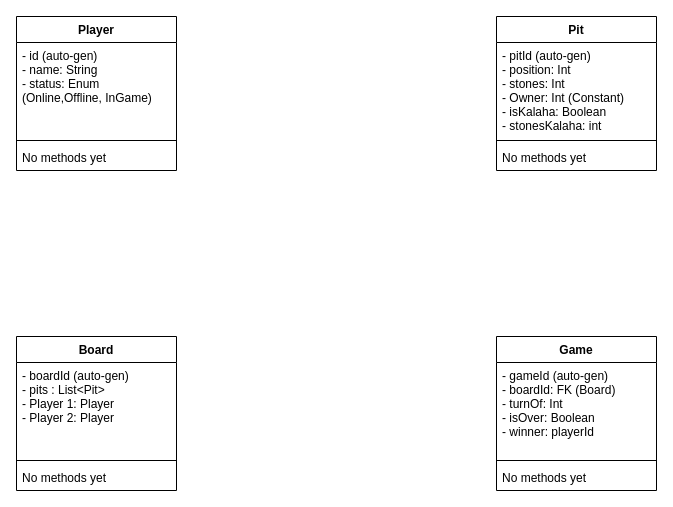
The draw.io diagram design.drawio in dmichail/testbol, before the edit. Source tidied: cells renumbered, new cells numbered last; positions are measured from the earlier drawing's top-left corner, leaving out a move shared by most shapes. Both pictures are drawn from the tidied source at 100%, with x=0, y=0 at pixel (16, 16).
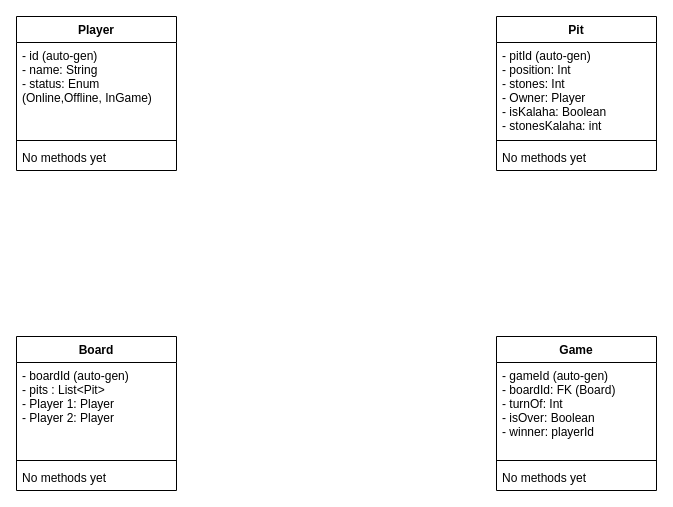
After the change.

The edit, as a diff of the source:
```diff
@@
 <mxGraphModel>
   <root>
     <mxCell id="0" />
     <mxCell id="1" parent="0" />
     <mxCell id="2" value="Player" style="swimlane;fontStyle=1;align=center;verticalAlign=top;horizontal=1;startSize=26;" parent="1" vertex="1">
       <mxGeometry width="160" height="154" as="geometry" />
     </mxCell>
     <mxCell id="3" value="- id (auto-gen)&#10;- name: String&#10;- status: Enum &#10;(Online,Offline, InGame)" style="text;strokeColor=none;fillColor=none;align=left;verticalAlign=top;spacingLeft=4;spacingRight=4;overflow=hidden;" parent="2" vertex="1">
       <mxGeometry y="26" width="160" height="94" as="geometry" />
     </mxCell>
     <mxCell id="4" style="line;strokeWidth=1;fillColor=none;align=left;verticalAlign=middle;spacingTop=-1;spacingLeft=3;spacingRight=3;labelPosition=right;" parent="2" vertex="1">
       <mxGeometry y="120" width="160" height="8" as="geometry" />
     </mxCell>
     <mxCell id="5" value="No methods yet" style="text;strokeColor=none;fillColor=none;align=left;verticalAlign=top;spacingLeft=4;spacingRight=4;overflow=hidden;" parent="2" vertex="1">
       <mxGeometry y="128" width="160" height="26" as="geometry" />
     </mxCell>
     <mxCell id="6" value="Board" style="swimlane;fontStyle=1;align=center;verticalAlign=top;horizontal=1;startSize=26;" parent="1" vertex="1">
       <mxGeometry y="320" width="160" height="154" as="geometry" />
     </mxCell>
     <mxCell id="7" value="- boardId (auto-gen)&#10;- pits : List&lt;Pit&gt;&#10;- Player 1: Player&#10;- Player 2: Player" style="text;strokeColor=none;fillColor=none;align=left;verticalAlign=top;spacingLeft=4;spacingRight=4;overflow=hidden;" parent="6" vertex="1">
       <mxGeometry y="26" width="160" height="94" as="geometry" />
     </mxCell>
     <mxCell id="8" style="line;strokeWidth=1;fillColor=none;align=left;verticalAlign=middle;spacingTop=-1;spacingLeft=3;spacingRight=3;labelPosition=right;" parent="6" vertex="1">
       <mxGeometry y="120" width="160" height="8" as="geometry" />
     </mxCell>
     <mxCell id="9" value="No methods yet" style="text;strokeColor=none;fillColor=none;align=left;verticalAlign=top;spacingLeft=4;spacingRight=4;overflow=hidden;" parent="6" vertex="1">
       <mxGeometry y="128" width="160" height="26" as="geometry" />
     </mxCell>
     <mxCell id="10" value="Game" style="swimlane;fontStyle=1;align=center;verticalAlign=top;horizontal=1;startSize=26;" parent="1" vertex="1">
       <mxGeometry x="480" y="320" width="160" height="154" as="geometry" />
     </mxCell>
     <mxCell id="11" value="- gameId (auto-gen)&#10;- boardId: FK (Board)&#10;- turnOf: Int&#10;- isOver: Boolean&#10;- winner: playerId" style="text;strokeColor=none;fillColor=none;align=left;verticalAlign=top;spacingLeft=4;spacingRight=4;overflow=hidden;" parent="10" vertex="1">
       <mxGeometry y="26" width="160" height="94" as="geometry" />
     </mxCell>
     <mxCell id="12" style="line;strokeWidth=1;fillColor=none;align=left;verticalAlign=middle;spacingTop=-1;spacingLeft=3;spacingRight=3;labelPosition=right;" parent="10" vertex="1">
       <mxGeometry y="120" width="160" height="8" as="geometry" />
     </mxCell>
     <mxCell id="13" value="No methods yet" style="text;strokeColor=none;fillColor=none;align=left;verticalAlign=top;spacingLeft=4;spacingRight=4;overflow=hidden;" parent="10" vertex="1">
       <mxGeometry y="128" width="160" height="26" as="geometry" />
     </mxCell>
     <mxCell id="14" value="Pit" style="swimlane;fontStyle=1;align=center;verticalAlign=top;horizontal=1;startSize=26;" parent="1" vertex="1">
       <mxGeometry x="480" width="160" height="154" as="geometry" />
     </mxCell>
-    <mxCell id="15" value="- pitId (auto-gen)&#10;- position: Int&#10;- stones: Int&#10;- Owner: Int (Constant)&#10;- isKalaha: Boolean&#10;- stonesKalaha: int" style="text;strokeColor=none;fillColor=none;align=left;verticalAlign=top;spacingLeft=4;spacingRight=4;overflow=hidden;" parent="14" vertex="1">
+    <mxCell id="15" value="- pitId (auto-gen)&#10;- position: Int&#10;- stones: Int&#10;- Owner: Player&#10;- isKalaha: Boolean&#10;- stonesKalaha: int" style="text;strokeColor=none;fillColor=none;align=left;verticalAlign=top;spacingLeft=4;spacingRight=4;overflow=hidden;" parent="14" vertex="1">
       <mxGeometry y="26" width="160" height="94" as="geometry" />
     </mxCell>
     <mxCell id="16" style="line;strokeWidth=1;fillColor=none;align=left;verticalAlign=middle;spacingTop=-1;spacingLeft=3;spacingRight=3;labelPosition=right;" parent="14" vertex="1">
       <mxGeometry y="120" width="160" height="8" as="geometry" />
     </mxCell>
     <mxCell id="17" value="No methods yet" style="text;strokeColor=none;fillColor=none;align=left;verticalAlign=top;spacingLeft=4;spacingRight=4;overflow=hidden;" parent="14" vertex="1">
       <mxGeometry y="128" width="160" height="26" as="geometry" />
     </mxCell>
   </root>
 </mxGraphModel>
```
